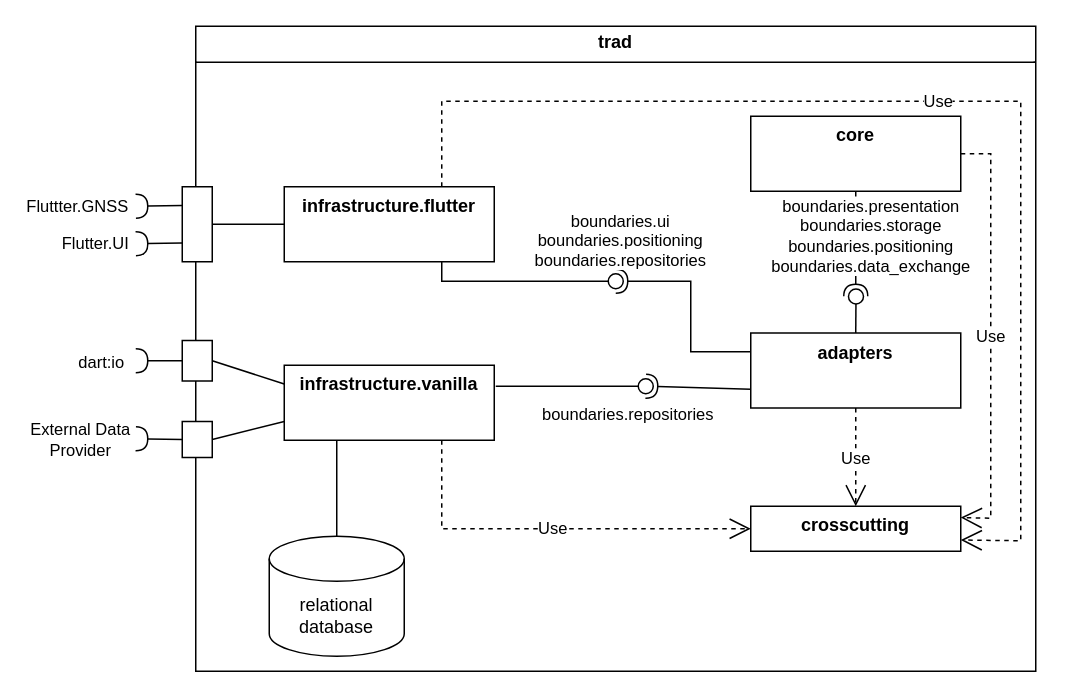
Earlier version of the draw.io diagram doc/architecture/bbview_level1.drawio (aardjon/trad). Source tidied: cells renumbered, new cells numbered last; positions are measured from the earlier drawing's top-left corner, leaving out a move shared by most shapes. Both pictures are drawn from the tidied source at 150%, with x=0, y=0 at pixel (90, 26).
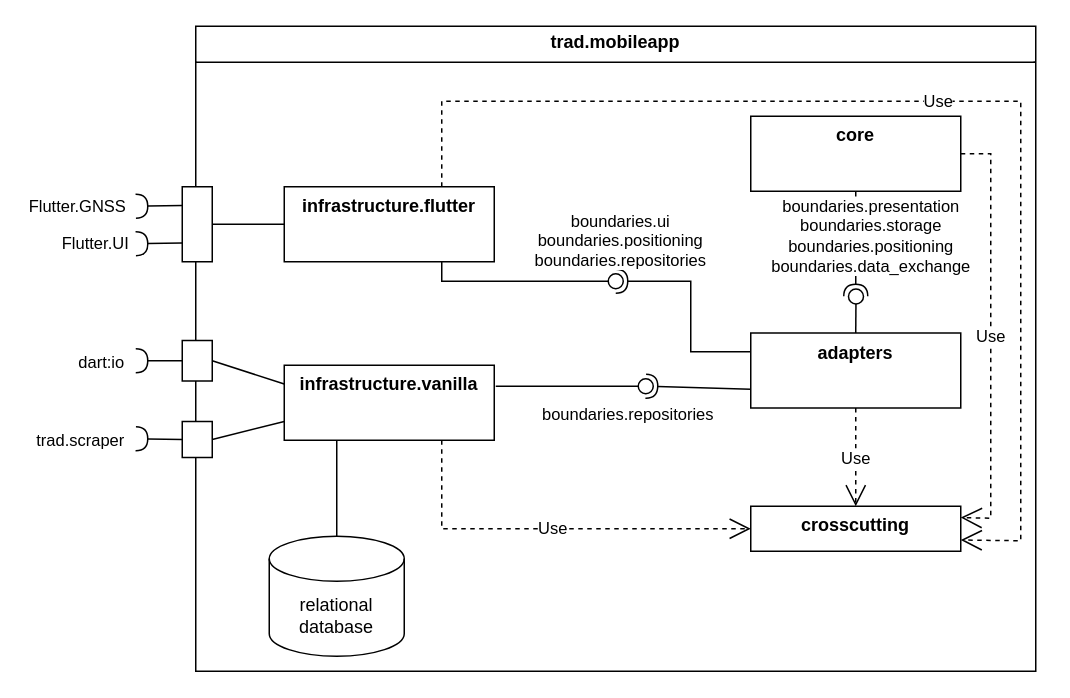
The same diagram, later.

Commit message (it also covers changes not shown here):
docs: Some minor documentation improvements, in preparation for adding scraper docs

Unchanged cells that the change refers to:
```xml
<mxCell id="15" style="rounded=0;jettySize=auto;html=1;endArrow=halfCircle;endFill=0;endSize=6;strokeWidth=1;sketch=0;fontSize=12;curved=1;exitX=0.5;exitY=1;exitDx=0;exitDy=0;" parent="13" edge="1" source="17">
  <mxGeometry relative="1" as="geometry">
    <mxPoint x="30" y="11.5" as="targetPoint" />
  </mxGeometry>
</mxCell>
<mxCell id="19" style="rounded=0;jettySize=auto;html=1;endArrow=halfCircle;endFill=0;endSize=6;strokeWidth=1;sketch=0;fontSize=12;curved=1;exitX=0.25;exitY=1;exitDx=0;exitDy=0;" parent="18" edge="1" source="21">
  <mxGeometry relative="1" as="geometry">
    <mxPoint y="13" as="targetPoint" />
  </mxGeometry>
</mxCell>
```

Change to the diagram source:
```diff
@@
-    <mxCell id="2" value="&lt;p style=&quot;margin:0px;margin-top:4px;text-align:center;&quot;&gt;&lt;b&gt;trad&lt;/b&gt;&lt;/p&gt;&lt;hr size=&quot;1&quot; style=&quot;border-style:solid;&quot;&gt;&lt;div style=&quot;height:2px;&quot;&gt;&lt;/div&gt;" style="verticalAlign=top;align=left;overflow=fill;html=1;whiteSpace=wrap;" parent="1" vertex="1">
+    <mxCell id="2" value="&lt;p style=&quot;margin:0px;margin-top:4px;text-align:center;&quot;&gt;&lt;b&gt;trad.mobileapp&lt;/b&gt;&lt;/p&gt;&lt;hr size=&quot;1&quot; style=&quot;border-style:solid;&quot;&gt;&lt;div style=&quot;height:2px;&quot;&gt;&lt;/div&gt;" style="verticalAlign=top;align=left;overflow=fill;html=1;whiteSpace=wrap;" parent="1" vertex="1">
       <mxGeometry x="70" width="560" height="430" as="geometry" />
     </mxCell>
@@
-    <mxCell id="16" value="External Data&lt;div&gt;Provider&lt;/div&gt;" style="edgeLabel;html=1;align=center;verticalAlign=middle;" parent="15" vertex="1">
+    <mxCell id="16" value="trad.scraper" style="edgeLabel;html=1;align=center;verticalAlign=middle;" parent="15" vertex="1">
       <mxGeometry x="0.7" relative="1" as="geometry">
         <mxPoint x="-43" as="offset" />
       </mxGeometry>
     </mxCell>
@@
-    <mxCell id="20" value="Fluttter.GNSS" style="edgeLabel;html=1;align=center;verticalAlign=middle;" parent="19" vertex="1">
+    <mxCell id="20" value="Flutter.GNSS" style="edgeLabel;html=1;align=center;verticalAlign=middle;" parent="19" vertex="1">
       <mxGeometry x="0.7" relative="1" as="geometry">
         <mxPoint x="-45" as="offset" />
       </mxGeometry>
     </mxCell>
```
